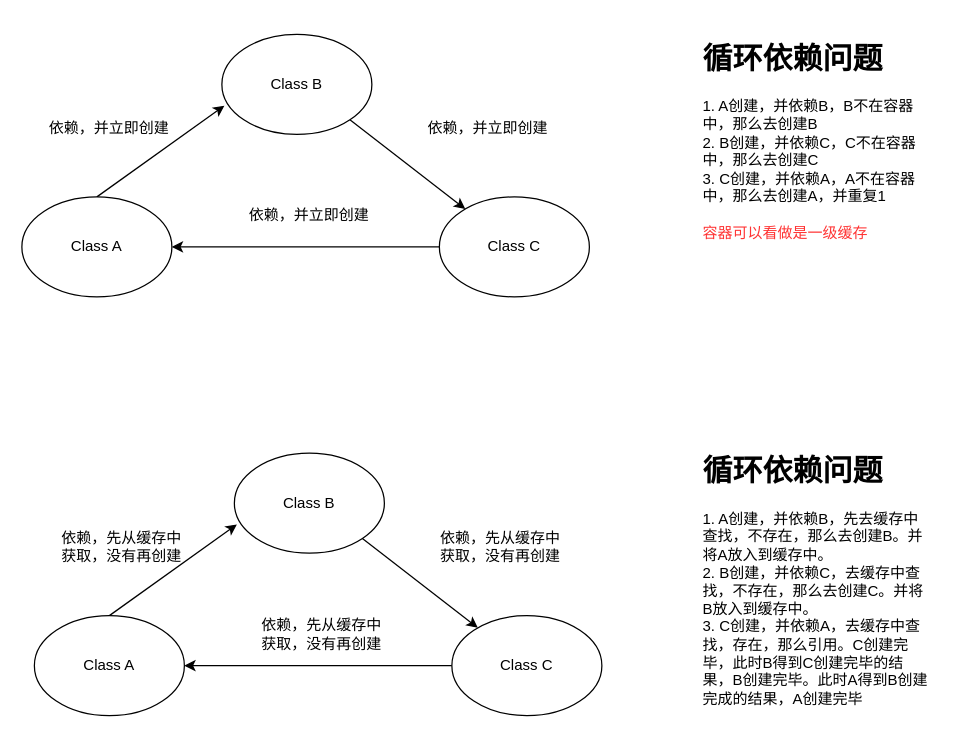
Before: page "循环依赖说明" (8 of 8) of spring源码分析.drawio in gzliu/Mind-maps, a draw.io diagram. Source tidied: cells renumbered, new cells numbered last; positions are measured from the earlier drawing's top-left corner, leaving out a move shared by most shapes. Both pictures are drawn from the tidied source at 125%, with x=0, y=0 at pixel (21, 34).
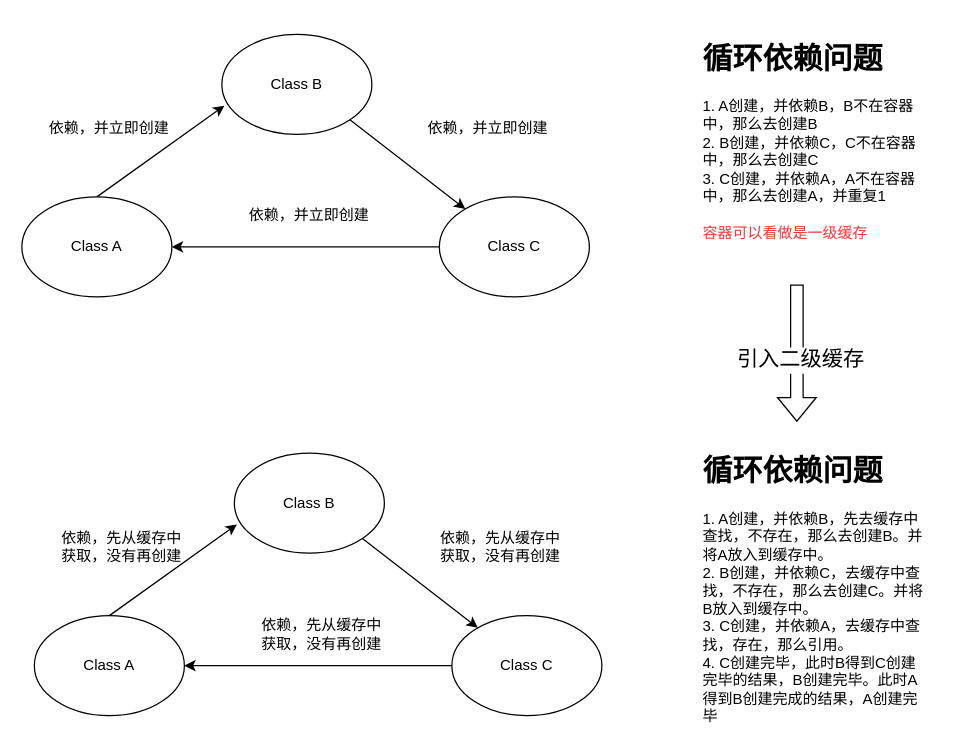
After the change.

Commit message:
更新spring源码分析.drawio

What changed in the source:
```diff
@@
-    <mxCell id="21" value="&lt;h1&gt;循环依赖问题&lt;/h1&gt;&lt;div&gt;1. A创建，并依赖B，先去缓存中查找，不存在，那么去创建B。并将A放入到缓存中。&lt;/div&gt;&lt;div&gt;2. B创建，并依赖C，去缓存中查找，不存在，那么去创建C。并将B放入到缓存中。&lt;/div&gt;&lt;div&gt;3. C创建，并依赖A，去缓存中查找，存在，那么引用。C创建完毕，此时B得到C创建完毕的结果，B创建完毕。此时A得到B创建完成的结果，A创建完毕&lt;/div&gt;&lt;div&gt;&lt;br&gt;&lt;/div&gt;" style="text;html=1;strokeColor=none;fillColor=none;spacing=5;spacingTop=-20;whiteSpace=wrap;overflow=hidden;rounded=0;" parent="1" vertex="1">
+    <mxCell id="21" value="&lt;h1&gt;循环依赖问题&lt;/h1&gt;&lt;div&gt;1. A创建，并依赖B，先去缓存中查找，不存在，那么去创建B。并将A放入到缓存中。&lt;/div&gt;&lt;div&gt;2. B创建，并依赖C，去缓存中查找，不存在，那么去创建C。并将B放入到缓存中。&lt;/div&gt;&lt;div&gt;3. C创建，并依赖A，去缓存中查找，存在，那么引用。&lt;/div&gt;&lt;div&gt;4. C创建完毕，此时B得到C创建完毕的结果，B创建完毕。此时A得到B创建完成的结果，A创建完毕&lt;/div&gt;&lt;div&gt;&lt;br&gt;&lt;/div&gt;" style="text;html=1;strokeColor=none;fillColor=none;spacing=5;spacingTop=-20;whiteSpace=wrap;overflow=hidden;rounded=0;" parent="1" vertex="1">
       <mxGeometry x="540" y="330" width="190" height="230" as="geometry" />
     </mxCell>
+    <mxCell id="22" style="shape=flexArrow;endArrow=classic;html=1;rounded=0;" parent="1" edge="1">
+      <mxGeometry relative="1" as="geometry">
+        <mxPoint x="620" y="200" as="sourcePoint" />
+        <mxPoint x="620" y="310" as="targetPoint" />
+      </mxGeometry>
+    </mxCell>
+    <mxCell id="23" value="&lt;font style=&quot;font-size: 17px;&quot;&gt;引入二级缓存&lt;/font&gt;" style="edgeLabel;html=1;align=center;verticalAlign=middle;" parent="22" vertex="1">
+      <mxGeometry x="-0.39" y="2" relative="1" as="geometry">
+        <mxPoint y="26" as="offset" />
+      </mxGeometry>
+    </mxCell>
```
